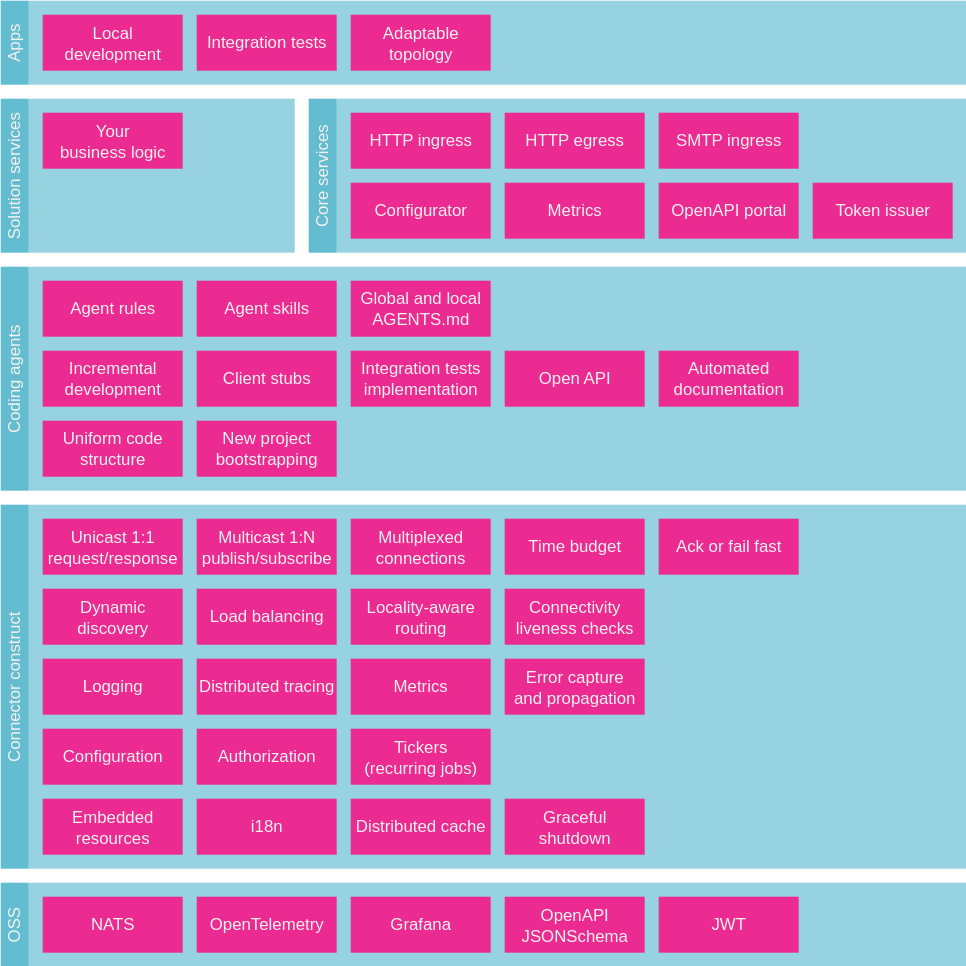
Earlier version of the draw.io export docs/blocks/layers-1.drawio.svg (bhardwajRahul/fabric). Source tidied: cells renumbered, new cells last; positions are measured from the earlier drawing's top-left corner, leaving out a move shared by most shapes.
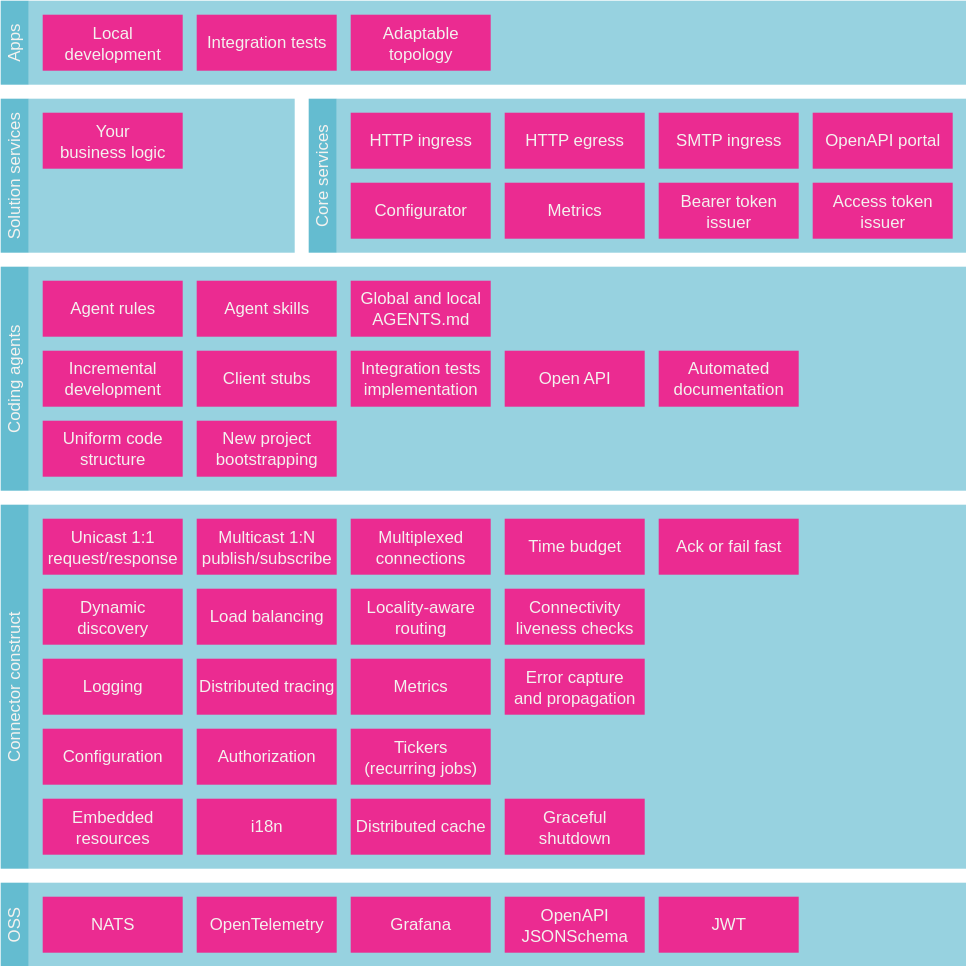
The same diagram one commit later.

The edit, as a diff of the source:
```diff
@@ -81,7 +81,7 @@
       <mxGeometry x="250" y="80" width="100" height="40" as="geometry" />
     </mxCell>
     <mxCell id="28" value="OpenAPI portal" style="rounded=0;whiteSpace=wrap;html=1;fillColor=#eb2b91;gradientColor=none;fontColor=#F4F2EF;strokeColor=none;align=center;verticalAlign=middle;fontFamily=Helvetica;fontSize=12;" parent="1" vertex="1">
-      <mxGeometry x="470" y="130" width="100" height="40" as="geometry" />
+      <mxGeometry x="580" y="80" width="100" height="40" as="geometry" />
     </mxCell>
     <mxCell id="29" value="Metrics" style="rounded=0;whiteSpace=wrap;html=1;fillColor=#eb2b91;gradientColor=none;fontColor=#F4F2EF;strokeColor=none;align=center;verticalAlign=middle;fontFamily=Helvetica;fontSize=12;" parent="1" vertex="1">
       <mxGeometry x="360" y="130" width="100" height="40" as="geometry" />
@@ -131,8 +131,8 @@
     <mxCell id="44" value="Graceful shutdown" style="rounded=0;whiteSpace=wrap;html=1;fillColor=#eb2b91;strokeColor=none;fontColor=#F4F2EF;align=center;verticalAlign=middle;fontFamily=Helvetica;fontSize=12;" parent="1" vertex="1">
       <mxGeometry x="360" y="570" width="100" height="40" as="geometry" />
     </mxCell>
-    <mxCell id="45" value="Token issuer" style="rounded=0;whiteSpace=wrap;html=1;fillColor=#eb2b91;gradientColor=none;fontColor=#F4F2EF;strokeColor=none;align=center;verticalAlign=middle;fontFamily=Helvetica;fontSize=12;" parent="1" vertex="1">
-      <mxGeometry x="580" y="130" width="100" height="40" as="geometry" />
+    <mxCell id="45" value="Bearer token issuer" style="rounded=0;whiteSpace=wrap;html=1;fillColor=#eb2b91;gradientColor=none;fontColor=#F4F2EF;strokeColor=none;align=center;verticalAlign=middle;fontFamily=Helvetica;fontSize=12;" parent="1" vertex="1">
+      <mxGeometry x="470" y="130" width="100" height="40" as="geometry" />
     </mxCell>
     <mxCell id="46" value="Authorization" style="rounded=0;whiteSpace=wrap;html=1;fillColor=#eb2b91;strokeColor=none;fontColor=#F4F2EF;align=center;verticalAlign=middle;fontFamily=Helvetica;fontSize=12;" parent="1" vertex="1">
       <mxGeometry x="140" y="520" width="100" height="40" as="geometry" />
@@ -176,5 +176,8 @@
     <mxCell id="59" value="Agent skills" style="rounded=0;whiteSpace=wrap;html=1;fillColor=#eb2b91;strokeColor=none;fontColor=#F4F2EF;align=center;verticalAlign=middle;fontFamily=Helvetica;fontSize=12;" parent="1" vertex="1">
       <mxGeometry x="140" y="200" width="100" height="40" as="geometry" />
     </mxCell>
+    <mxCell id="60" value="Access token issuer" style="rounded=0;whiteSpace=wrap;html=1;fillColor=#eb2b91;gradientColor=none;fontColor=#F4F2EF;strokeColor=none;align=center;verticalAlign=middle;fontFamily=Helvetica;fontSize=12;" parent="1" vertex="1">
+      <mxGeometry x="580" y="130" width="100" height="40" as="geometry" />
+    </mxCell>
   </root>
 </mxGraphModel>
```
